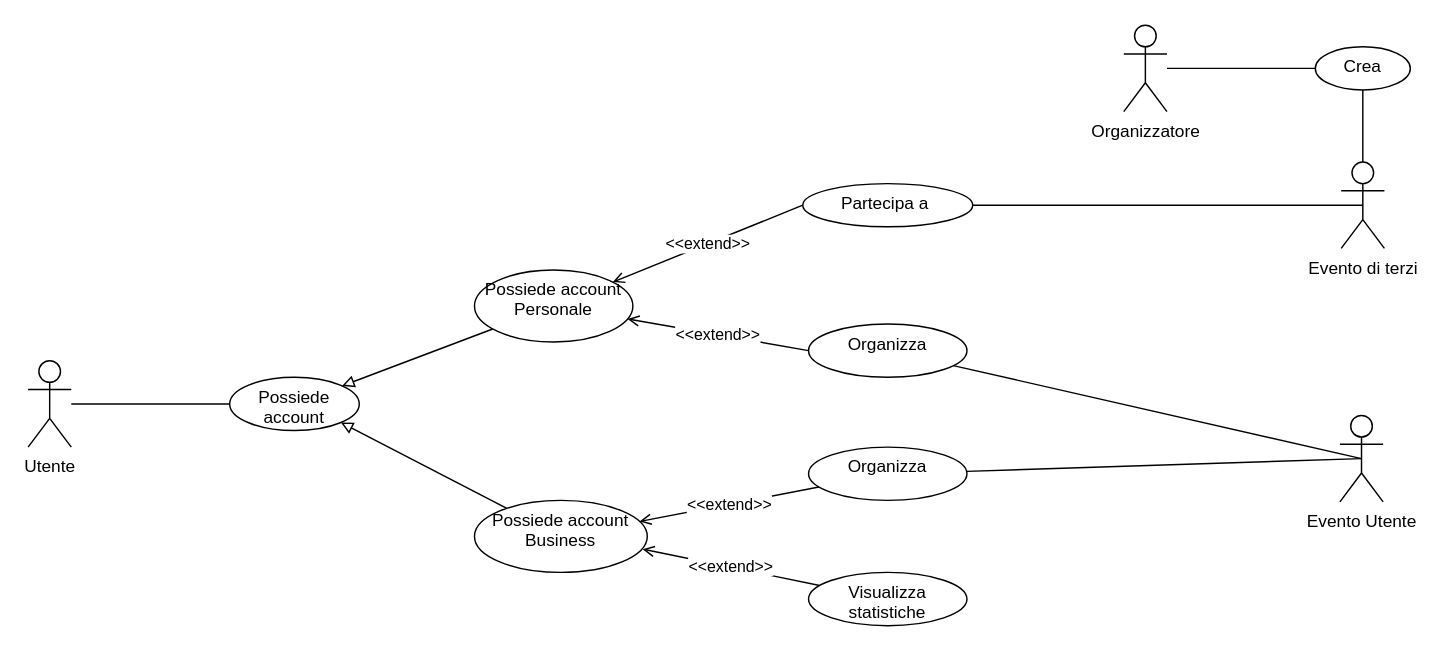
Earlier version of the draw.io diagram UseCase/RF01_Account/Account.drawio (4spot-team/documentation). Source tidied: cells renumbered, new cells numbered last; positions are measured from the earlier drawing's top-left corner, leaving out a move shared by most shapes. Both pictures are drawn from the tidied source at 144%, with x=0, y=0 at pixel (27, 24).
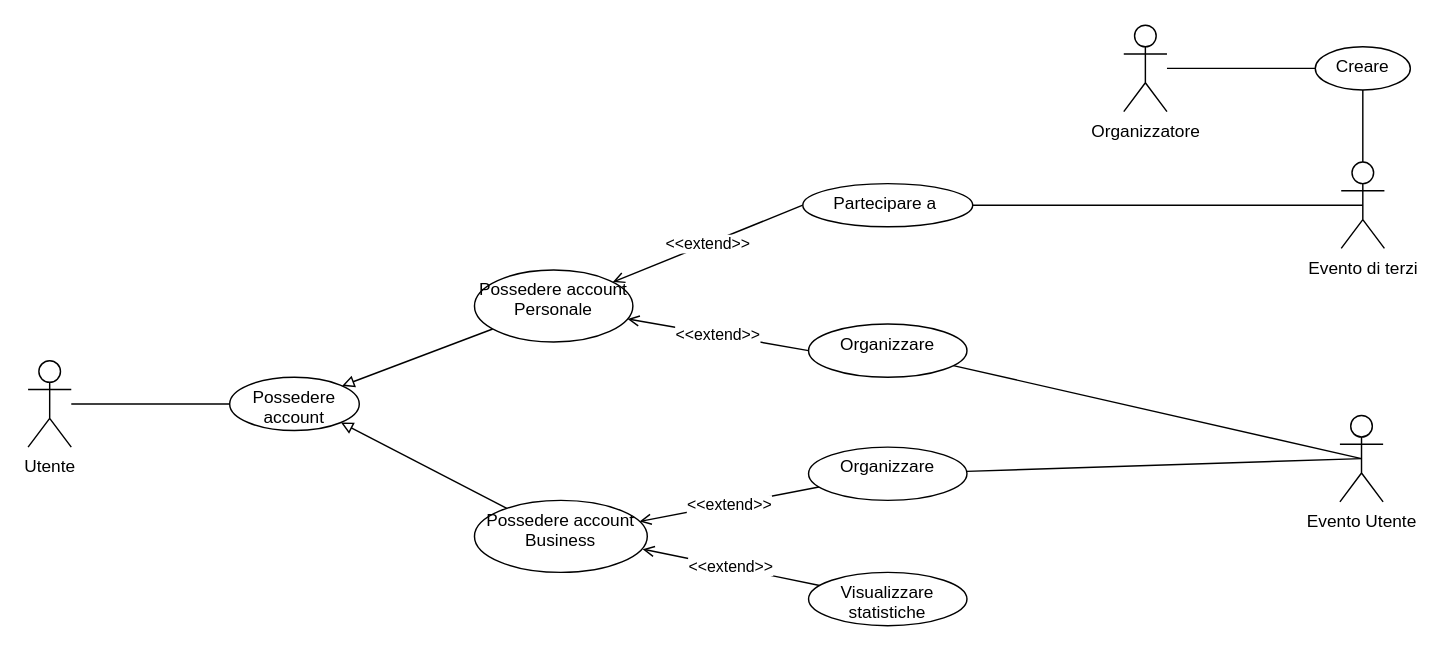
The same diagram, later.

The edit, as a diff of the source:
```diff
@@
-    <mxCell id="4" value="Possiede account" style="ellipse;whiteSpace=wrap;html=1;verticalAlign=top;" parent="1" vertex="1">
+    <mxCell id="4" value="Possedere account" style="ellipse;whiteSpace=wrap;html=1;verticalAlign=top;" parent="1" vertex="1">
       <mxGeometry x="140" y="244.5" width="90" height="37" as="geometry" />
     </mxCell>
@@
-    <mxCell id="8" value="Possiede account Personale" style="ellipse;whiteSpace=wrap;html=1;verticalAlign=top;" parent="1" vertex="1">
+    <mxCell id="8" value="Possedere account Personale" style="ellipse;whiteSpace=wrap;html=1;verticalAlign=top;" parent="1" vertex="1">
       <mxGeometry x="310" y="170" width="110" height="50" as="geometry" />
     </mxCell>
@@
-    <mxCell id="10" value="Possiede account Business" style="ellipse;whiteSpace=wrap;html=1;verticalAlign=top;" parent="1" vertex="1">
+    <mxCell id="10" value="Possedere account Business" style="ellipse;whiteSpace=wrap;html=1;verticalAlign=top;" parent="1" vertex="1">
       <mxGeometry x="310" y="330" width="120" height="50" as="geometry" />
     </mxCell>
@@
-    <mxCell id="12" value="Organizza" style="ellipse;whiteSpace=wrap;html=1;verticalAlign=top;" parent="1" vertex="1">
+    <mxCell id="12" value="Organizzare" style="ellipse;whiteSpace=wrap;html=1;verticalAlign=top;" parent="1" vertex="1">
       <mxGeometry x="542" y="207.5" width="110" height="37" as="geometry" />
     </mxCell>
@@
-    <mxCell id="14" value="Partecipa a&amp;nbsp;" style="ellipse;whiteSpace=wrap;html=1;verticalAlign=top;" parent="1" vertex="1">
+    <mxCell id="14" value="Partecipare a&amp;nbsp;" style="ellipse;whiteSpace=wrap;html=1;verticalAlign=top;" parent="1" vertex="1">
       <mxGeometry x="538" y="110" width="118" height="30" as="geometry" />
     </mxCell>
@@
-    <mxCell id="17" value="Organizza" style="ellipse;whiteSpace=wrap;html=1;verticalAlign=top;" parent="1" vertex="1">
+    <mxCell id="17" value="Organizzare" style="ellipse;whiteSpace=wrap;html=1;verticalAlign=top;" parent="1" vertex="1">
       <mxGeometry x="542" y="293" width="110" height="37" as="geometry" />
     </mxCell>
@@
-    <mxCell id="19" value="Visualizza statistiche" style="ellipse;whiteSpace=wrap;html=1;verticalAlign=top;" parent="1" vertex="1">
+    <mxCell id="19" value="Visualizzare statistiche" style="ellipse;whiteSpace=wrap;html=1;verticalAlign=top;" parent="1" vertex="1">
       <mxGeometry x="542" y="380" width="110" height="37" as="geometry" />
     </mxCell>
@@
-    <mxCell id="25" value="Crea" style="ellipse;whiteSpace=wrap;html=1;verticalAlign=top;" parent="1" vertex="1">
+    <mxCell id="25" value="Creare" style="ellipse;whiteSpace=wrap;html=1;verticalAlign=top;" parent="1" vertex="1">
       <mxGeometry x="893.9" y="15" width="66" height="30" as="geometry" />
     </mxCell>
```
